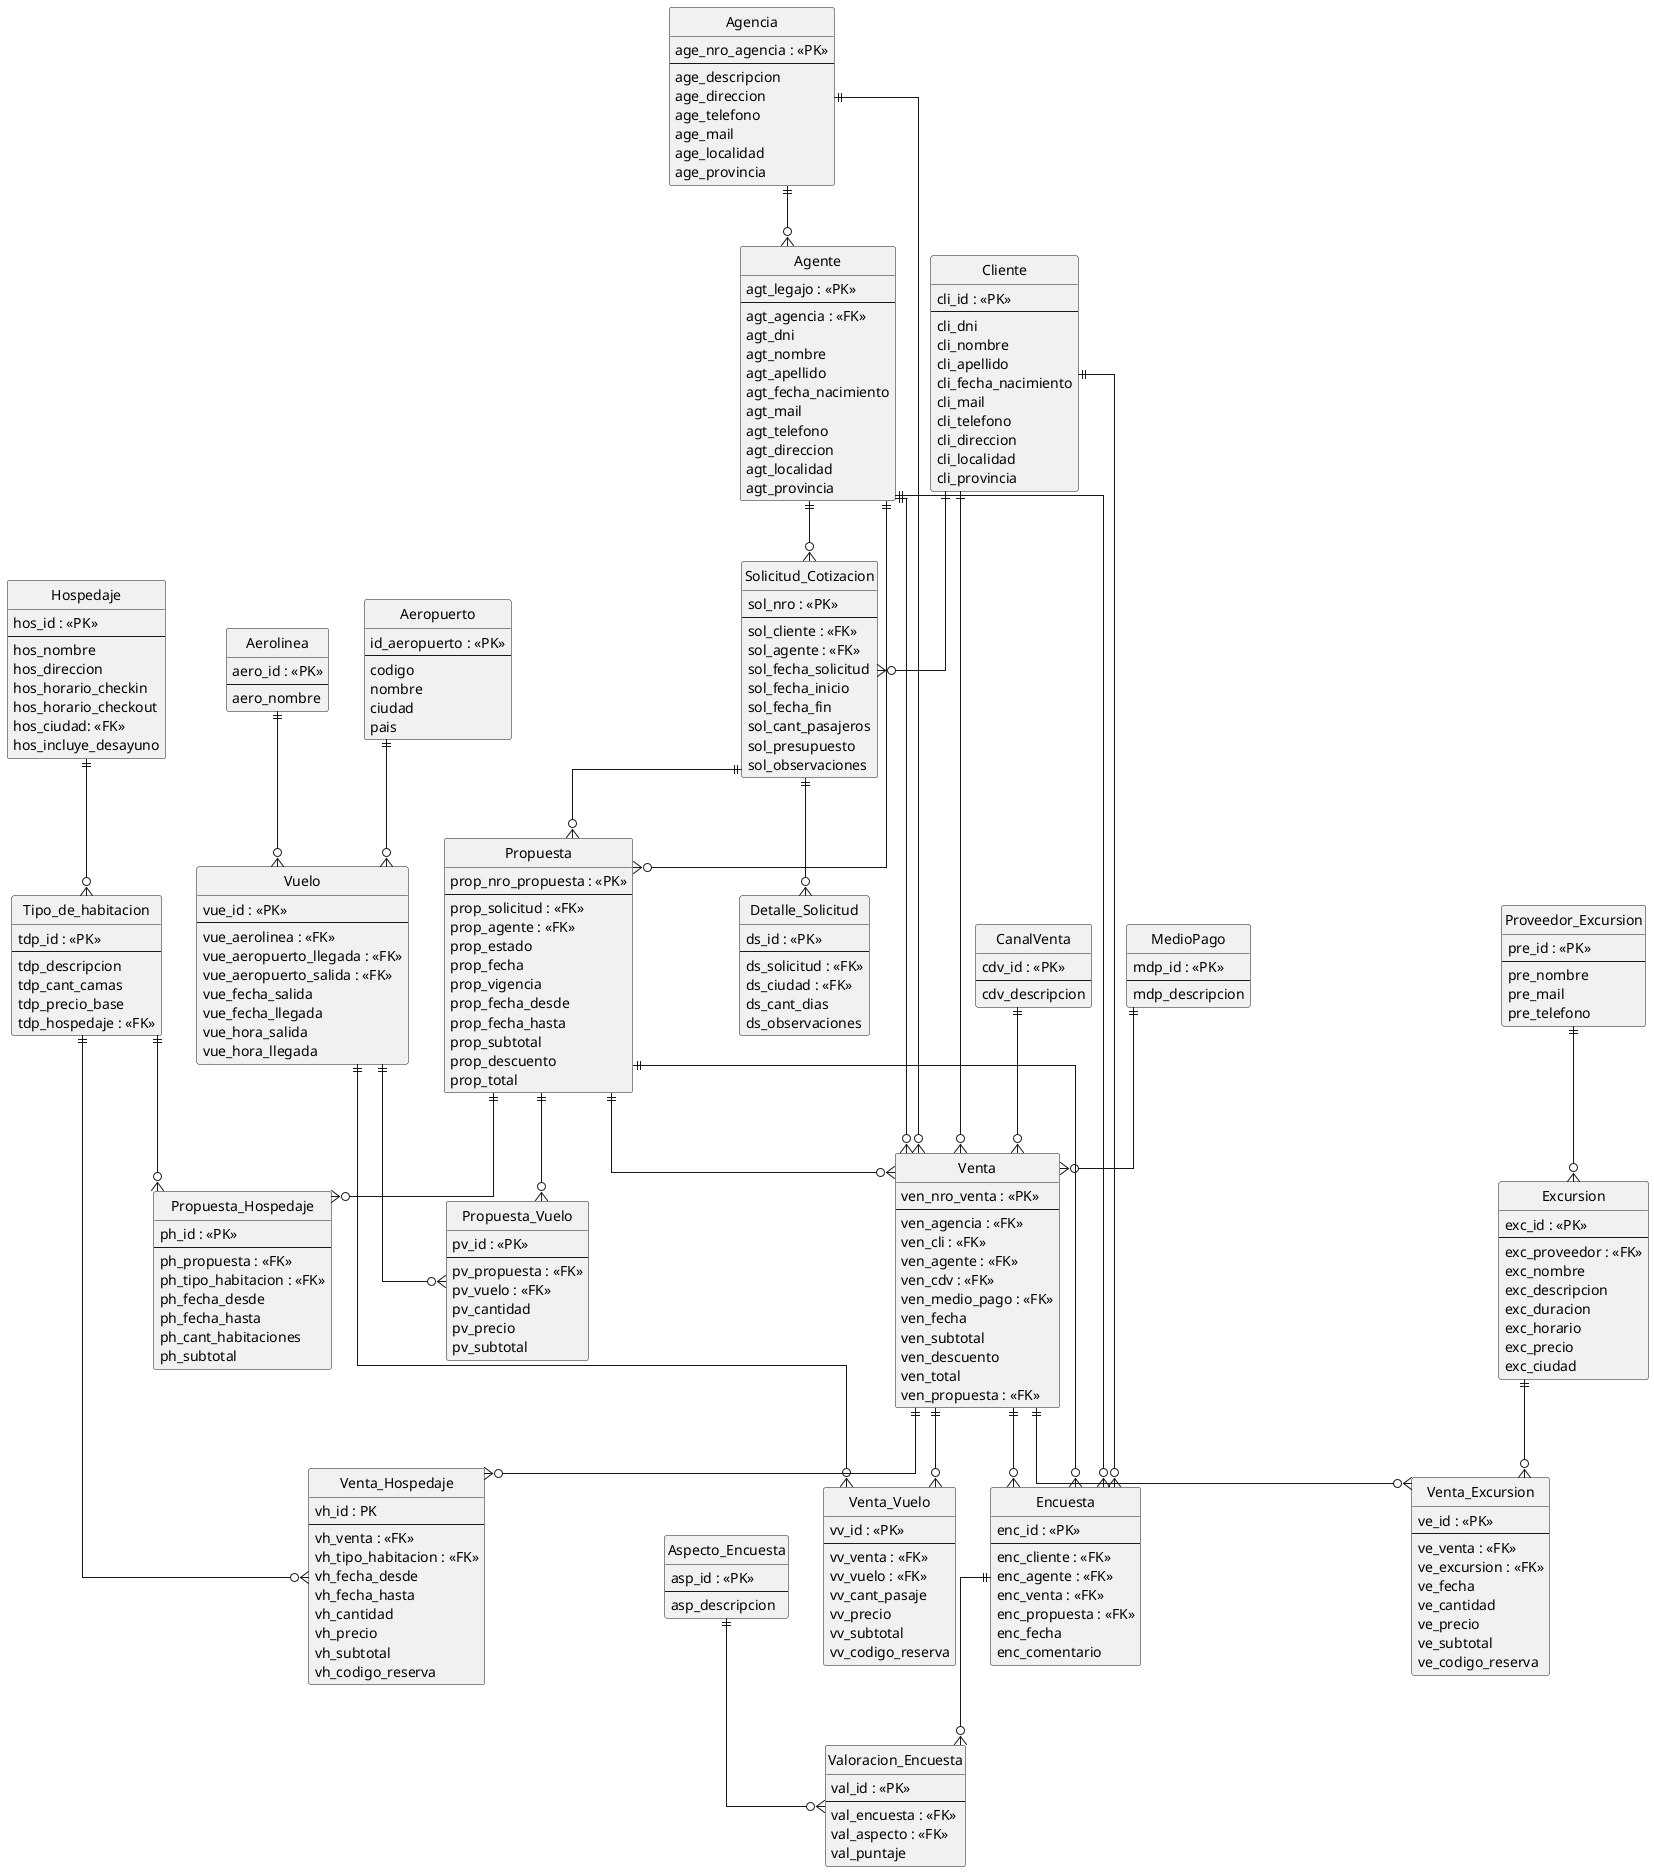
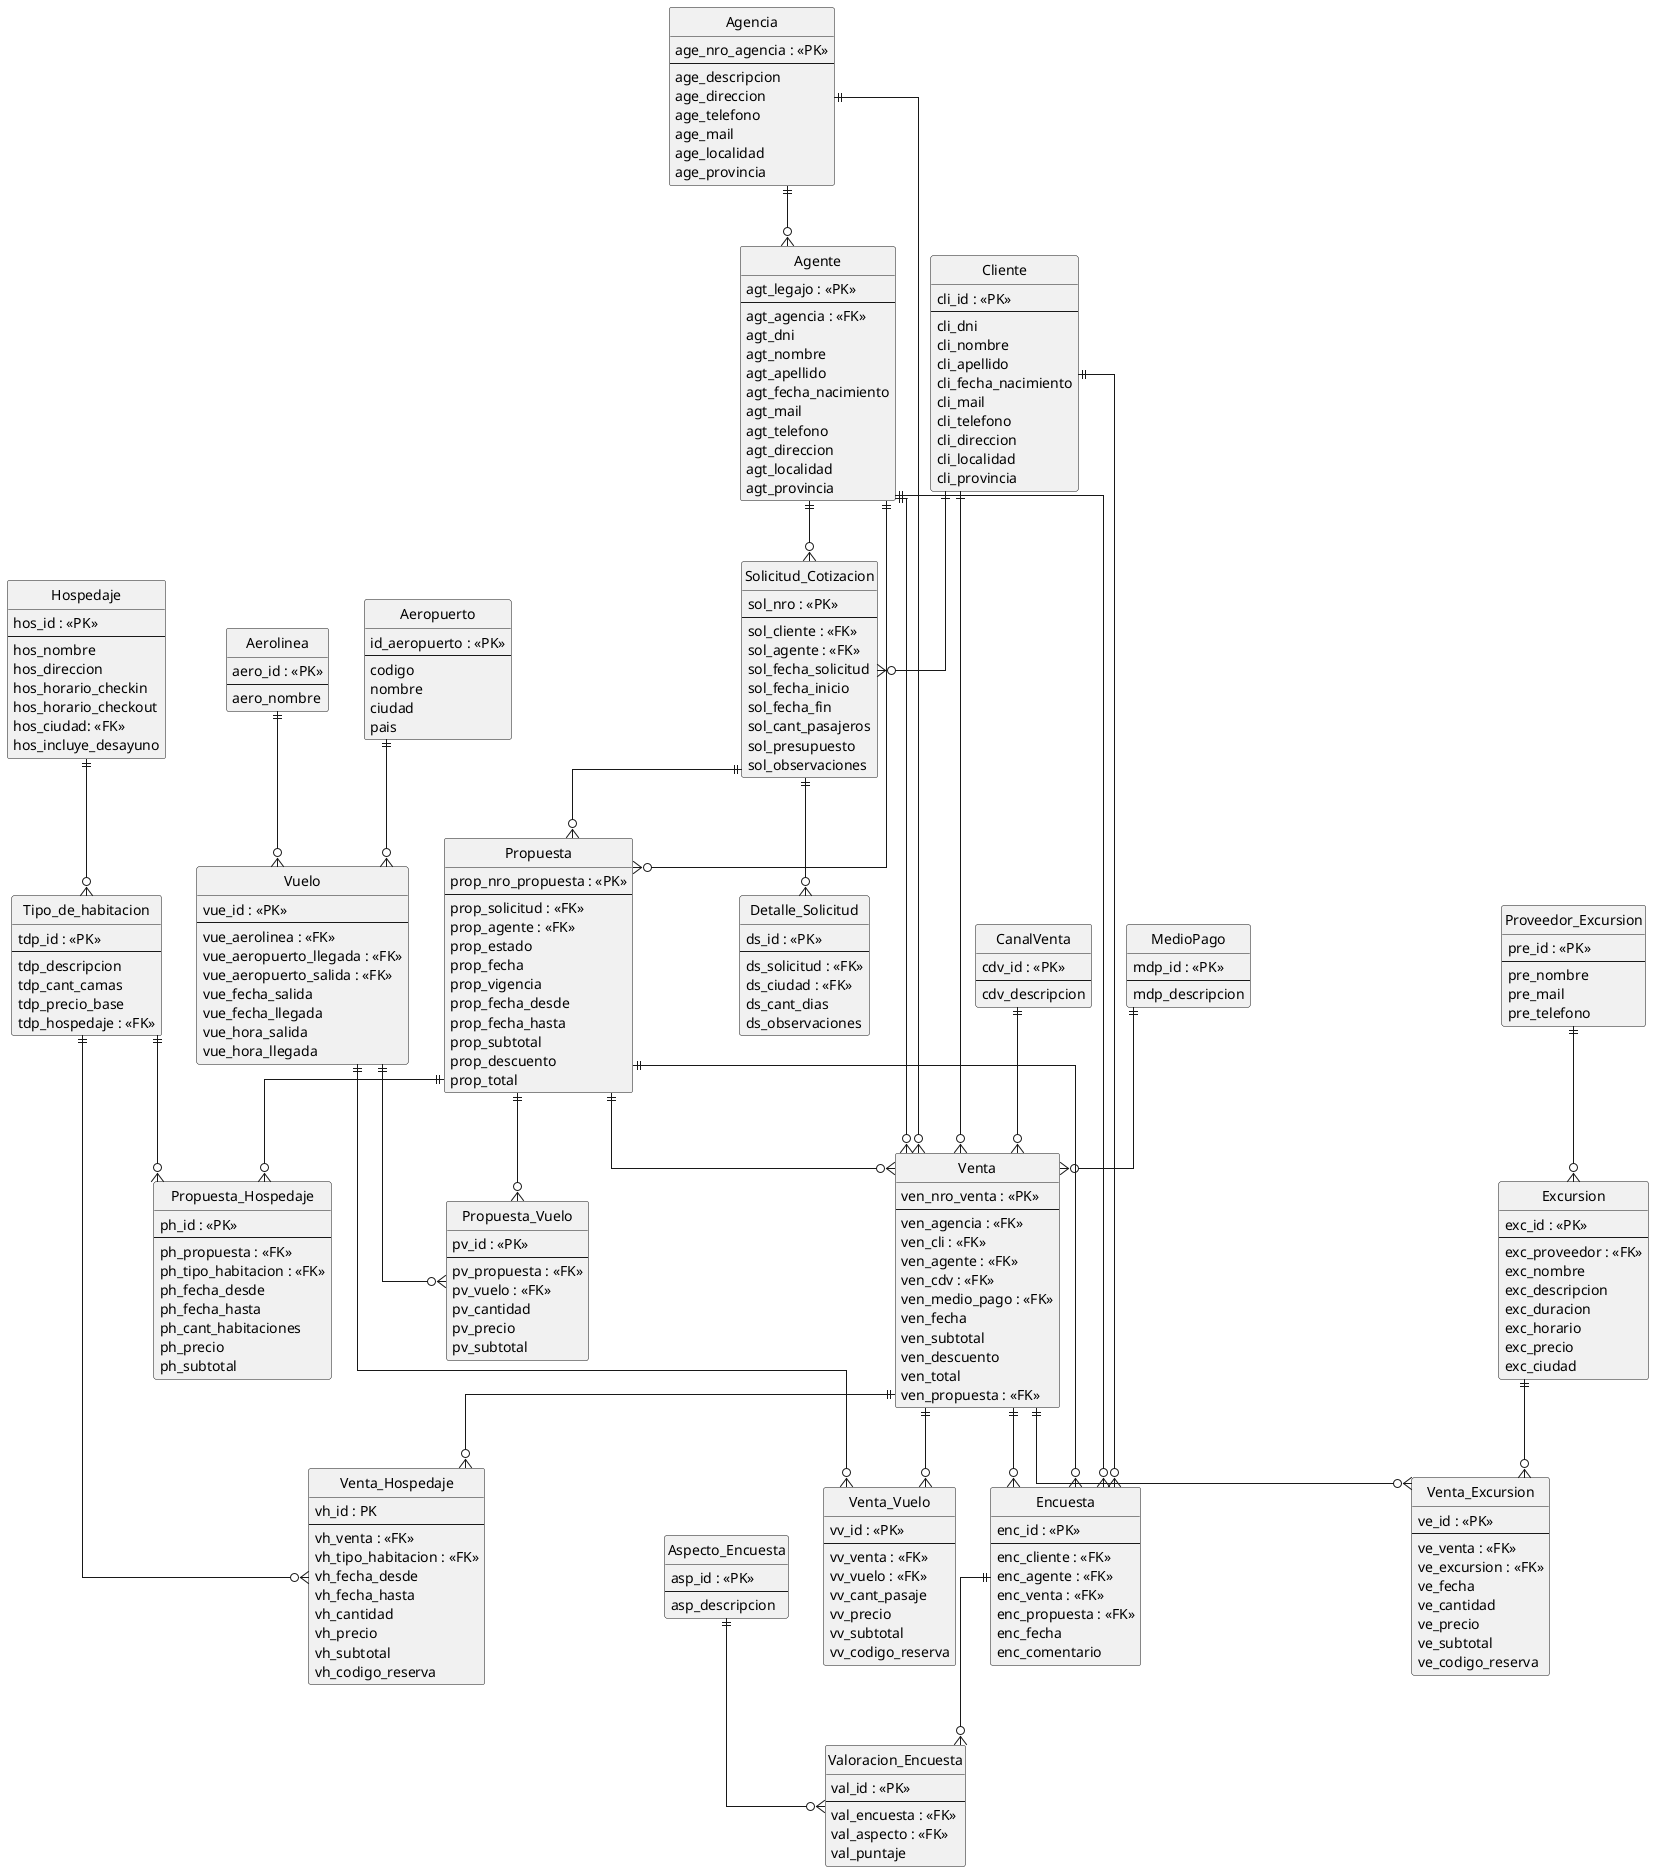
@startuml
hide circle
skinparam linetype ortho

entity Agencia {
  age_nro_agencia : <<PK>>
  --
  age_descripcion
  age_direccion
  age_telefono
  age_mail
  age_localidad
  age_provincia
}

entity Cliente {
  cli_id : <<PK>>
  --
  cli_dni
  cli_nombre
  cli_apellido
  cli_fecha_nacimiento
  cli_mail
  cli_telefono
  cli_direccion
  cli_localidad
  cli_provincia
}

entity Agente {
  agt_legajo : <<PK>>
  --
  agt_agencia : <<FK>>
  agt_dni
  agt_nombre
  agt_apellido
  agt_fecha_nacimiento
  agt_mail
  agt_telefono
  agt_direccion
  agt_localidad
  agt_provincia
}

entity CanalVenta {
  cdv_id : <<PK>>
  --
  cdv_descripcion
}

entity MedioPago {
  mdp_id : <<PK>>
  --
  mdp_descripcion
}

entity Aerolinea {
  aero_id : <<PK>>
  --
  aero_nombre
}

entity Aeropuerto {
  id_aeropuerto : <<PK>>
  --
  codigo
  nombre
  ciudad
  pais
}

entity Vuelo {
  vue_id : <<PK>>
  --
  vue_aerolinea : <<FK>>
  vue_aeropuerto_llegada : <<FK>>
  vue_aeropuerto_salida : <<FK>>
  vue_fecha_salida
  vue_fecha_llegada
  vue_hora_salida
  vue_hora_llegada
}

entity Hospedaje {
  hos_id : <<PK>>
  --
  hos_nombre
  hos_direccion
  hos_horario_checkin
  hos_horario_checkout
  hos_ciudad: <<FK>>
  hos_incluye_desayuno
}

entity Tipo_de_habitacion {
  tdp_id : <<PK>>
  --
  tdp_descripcion
  tdp_cant_camas
  tdp_precio_base
  tdp_hospedaje : <<FK>>
}

entity Proveedor_Excursion {
  pre_id : <<PK>>
  --
  pre_nombre
  pre_mail
  pre_telefono
}

entity Excursion {
  exc_id : <<PK>>
  --
  exc_proveedor : <<FK>>
  exc_nombre
  exc_descripcion
  exc_duracion
  exc_horario
  exc_precio
  exc_ciudad
}

entity Venta {
  ven_nro_venta : <<PK>>
  --
  ven_agencia : <<FK>>
  ven_cli : <<FK>>
  ven_agente : <<FK>>
  ven_cdv : <<FK>>
  ven_medio_pago : <<FK>>
  ven_fecha
  ven_subtotal
  ven_descuento
  ven_total
  ven_propuesta : <<FK>>
}

entity Venta_Vuelo {
  vv_id : <<PK>>
  --
  vv_venta : <<FK>>
  vv_vuelo : <<FK>>
  vv_cant_pasaje
  vv_precio
  vv_subtotal
  vv_codigo_reserva
}

entity Venta_Hospedaje {
  vh_id : PK
  --
  vh_venta : <<FK>>
  vh_tipo_habitacion : <<FK>>
  vh_fecha_desde
  vh_fecha_hasta
  vh_cantidad
  vh_precio
  vh_subtotal
  vh_codigo_reserva
}

entity Venta_Excursion {
  ve_id : <<PK>>
  --
  ve_venta : <<FK>>
  ve_excursion : <<FK>>
  ve_fecha
  ve_cantidad
  ve_precio
  ve_subtotal
  ve_codigo_reserva
}

entity Solicitud_Cotizacion {
  sol_nro : <<PK>>
  --
  sol_cliente : <<FK>>
  sol_agente : <<FK>>
  sol_fecha_solicitud
  sol_fecha_inicio
  sol_fecha_fin
  sol_cant_pasajeros
  sol_presupuesto
  sol_observaciones
}

entity Detalle_Solicitud {
  ds_id : <<PK>>
  --
  ds_solicitud : <<FK>>
  ds_ciudad : <<FK>>
  ds_cant_dias
  ds_observaciones
}

entity Propuesta {
  prop_nro_propuesta : <<PK>>
  --
  prop_solicitud : <<FK>>
  prop_agente : <<FK>>
  prop_estado
  prop_fecha
  prop_vigencia
  prop_fecha_desde
  prop_fecha_hasta
  prop_subtotal
  prop_descuento
  prop_total
}

entity Propuesta_Vuelo {
  pv_id : <<PK>>
  --
  pv_propuesta : <<FK>>
  pv_vuelo : <<FK>>
  pv_cantidad
  pv_precio
  pv_subtotal
}

entity Propuesta_Hospedaje {
  ph_id : <<PK>>
  --
  ph_propuesta : <<FK>>
  ph_tipo_habitacion : <<FK>>
  ph_fecha_desde
  ph_fecha_hasta
  ph_cant_habitaciones
+   ph_precio
  ph_subtotal
}

entity Encuesta {
  enc_id : <<PK>>
  --
  enc_cliente : <<FK>>
  enc_agente : <<FK>>
  enc_venta : <<FK>>
  enc_propuesta : <<FK>>
  enc_fecha
  enc_comentario
}

entity Aspecto_Encuesta {
  asp_id : <<PK>>
  --
  asp_descripcion
}

entity Valoracion_Encuesta {
  val_id : <<PK>>
  --
  val_encuesta : <<FK>>
  val_aspecto : <<FK>>
  val_puntaje
}

Agencia ||--o{ Agente
Agencia ||--o{ Venta

Cliente ||--o{ Venta
Cliente ||--o{ Solicitud_Cotizacion
Cliente ||--o{ Encuesta

Agente ||--o{ Venta
Agente ||--o{ Solicitud_Cotizacion
Agente ||--o{ Propuesta
Agente ||--o{ Encuesta

CanalVenta ||--o{ Venta
MedioPago ||--o{ Venta

Aerolinea ||--o{ Vuelo
Aeropuerto ||--o{ Vuelo

Hospedaje ||--o{ Tipo_de_habitacion

Proveedor_Excursion ||--o{ Excursion

Venta ||--o{ Venta_Vuelo
Venta ||--o{ Venta_Hospedaje
Venta ||--o{ Venta_Excursion

Vuelo ||--o{ Venta_Vuelo
Tipo_de_habitacion ||--o{ Venta_Hospedaje
Excursion ||--o{ Venta_Excursion

Solicitud_Cotizacion ||--o{ Detalle_Solicitud
Solicitud_Cotizacion ||--o{ Propuesta

Propuesta ||--o{ Propuesta_Vuelo
Propuesta ||--o{ Propuesta_Hospedaje

Vuelo ||--o{ Propuesta_Vuelo
Tipo_de_habitacion ||--o{ Propuesta_Hospedaje

Propuesta ||--o{ Venta

Encuesta ||--o{ Valoracion_Encuesta
Aspecto_Encuesta ||--o{ Valoracion_Encuesta

Venta ||--o{ Encuesta
Propuesta ||--o{ Encuesta


@enduml
